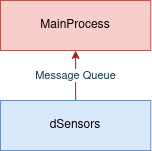
This is report/images/09sw_specification/LS/overview.png from ESRGgroup9/slipad, a draw.io export, as it was before one commit. Source tidied: cells renumbered, new cells last; positions are measured from the earlier drawing's top-left corner, leaving out a move shared by most shapes. The source it was exported from:
```xml
<mxGraphModel>
  <root>
    <mxCell id="0" />
    <mxCell id="1" parent="0" />
    <mxCell id="2" value="MainProcess" style="rounded=0;whiteSpace=wrap;html=1;sketch=0;strokeColor=#b85450;fillColor=#f8cecc;" parent="1" vertex="1">
      <mxGeometry width="150.2" height="50" as="geometry" />
    </mxCell>
    <mxCell id="3" value="Message Queue" style="edgeStyle=orthogonalEdgeStyle;curved=0;rounded=1;sketch=0;jettySize=auto;html=1;fontColor=#143642;strokeColor=#A8201A;fillColor=#FAE5C7;" parent="1" edge="1" source="4" target="2">
      <mxGeometry relative="1" as="geometry" />
    </mxCell>
    <mxCell id="4" value="dSensors" style="rounded=0;whiteSpace=wrap;html=1;sketch=0;strokeColor=#6c8ebf;fillColor=#dae8fc;" parent="1" vertex="1">
      <mxGeometry y="100" width="150.2" height="50" as="geometry" />
    </mxCell>
  </root>
</mxGraphModel>
```
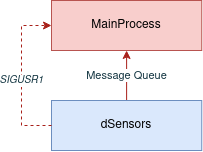
Above is the later version.

What changed in the source:
```diff
@@ -11,5 +11,18 @@
     <mxCell id="4" value="dSensors" style="rounded=0;whiteSpace=wrap;html=1;sketch=0;strokeColor=#6c8ebf;fillColor=#dae8fc;" parent="1" vertex="1">
       <mxGeometry y="100" width="150.2" height="50" as="geometry" />
     </mxCell>
+    <mxCell id="5" style="endArrow=classic;dashed=1;html=1;rounded=0;sketch=0;fontSize=10;fontColor=#143642;strokeColor=#A8201A;fillColor=#FAE5C7;exitX=0;exitY=0.5;exitDx=0;exitDy=0;entryX=0;entryY=0.5;entryDx=0;entryDy=0;edgeStyle=orthogonalEdgeStyle;endFill=1;" parent="1" edge="1" source="4" target="2">
+      <mxGeometry relative="1" as="geometry">
+        <Array as="points">
+          <mxPoint x="-30" y="125" />
+          <mxPoint x="-30" y="25" />
+        </Array>
+      </mxGeometry>
+    </mxCell>
+    <mxCell id="6" value="SIGUSR1" style="edgeLabel;html=1;align=center;verticalAlign=middle;fontSize=10;fontColor=#143642;fontStyle=2;" parent="5" vertex="1">
+      <mxGeometry x="0.33" y="1" relative="1" as="geometry">
+        <mxPoint x="1" y="31" as="offset" />
+      </mxGeometry>
+    </mxCell>
   </root>
 </mxGraphModel>
```
